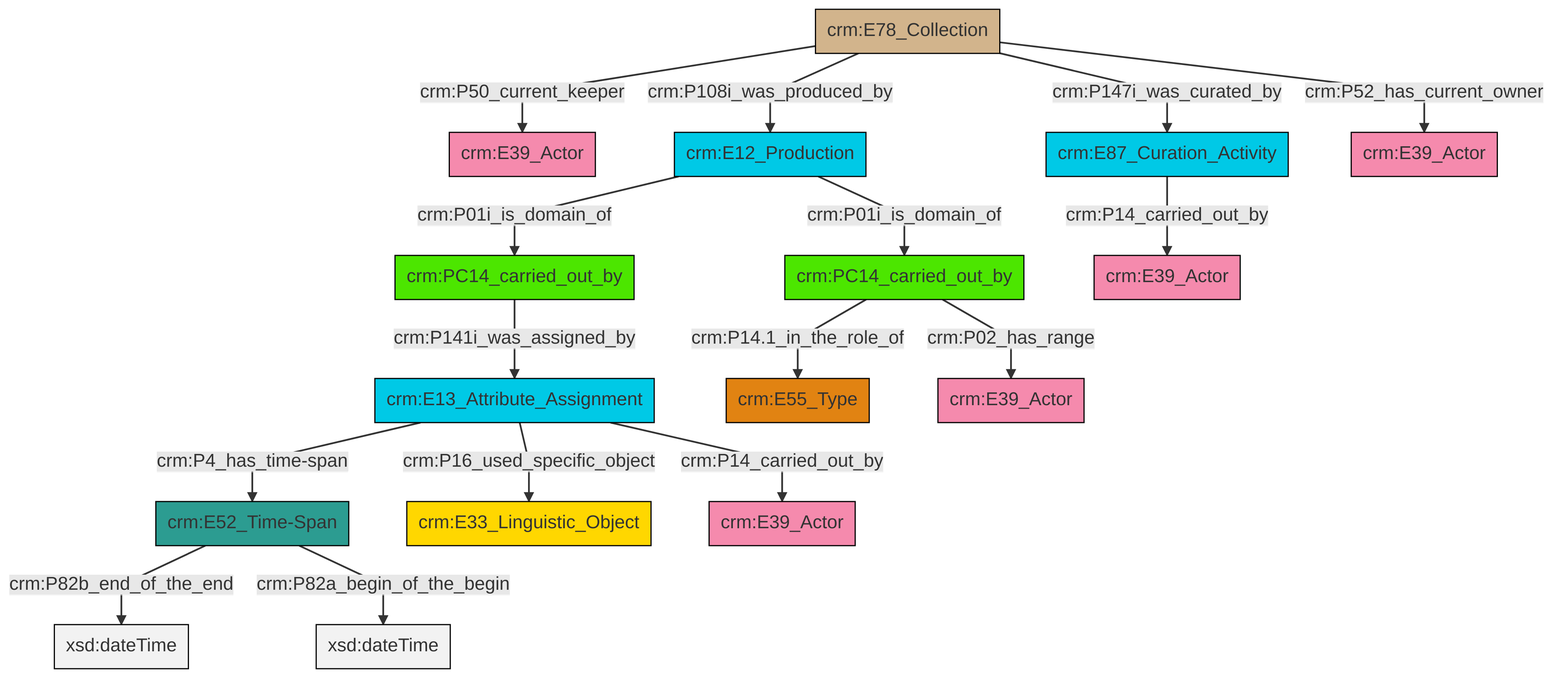
Before: et/archivalCSV/ttl/mmd/png/archival_relation.png, a diagram exported from Mermaid (swiss-art-research-net/docs.swissartresearch). Its source is kept beside it as et/archivalCSV/ttl/mmd/archival_relation.ttl.mmd.
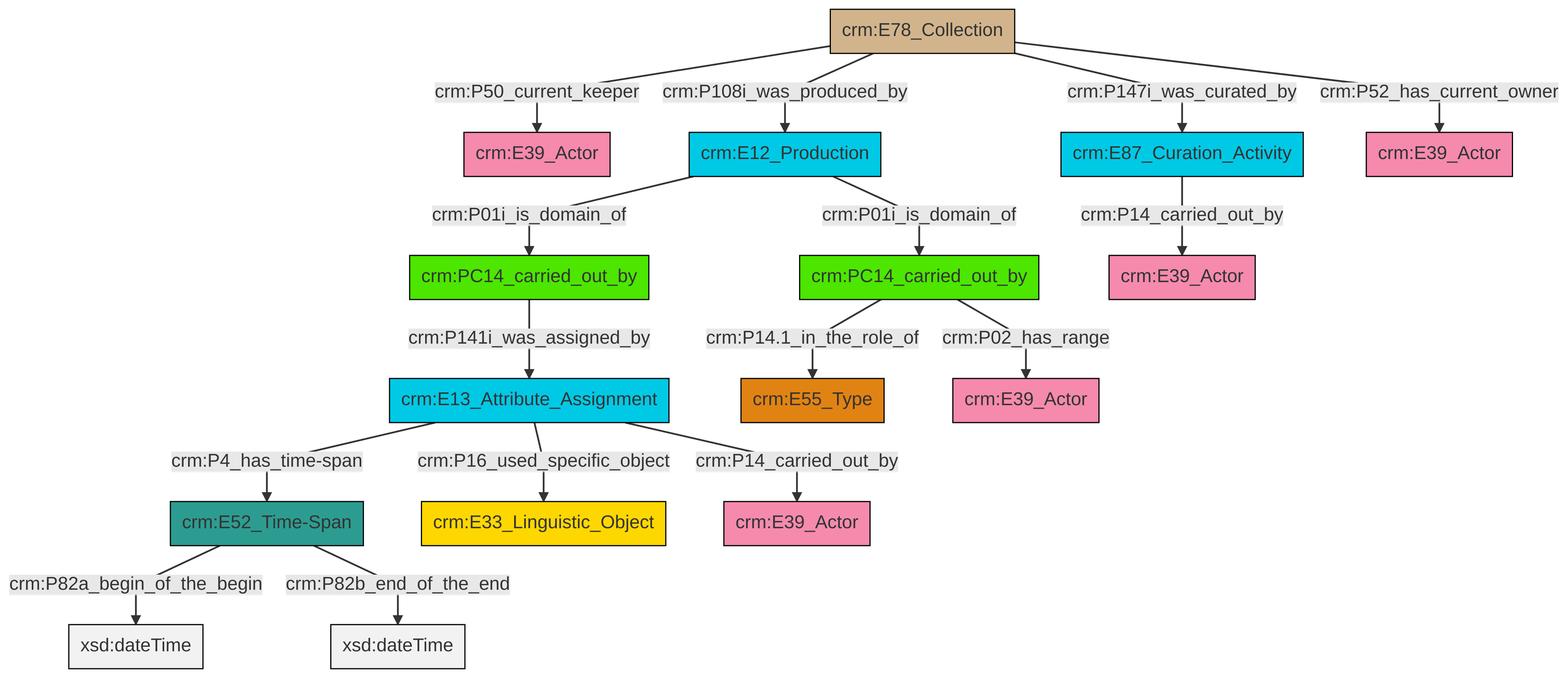
After the commit.

What changed in the source:
```diff
@@ -13,18 +13,18 @@
 classDef PC_Classes fill:#4ce600, stroke:#000000;
 classDef Multi fill:#cccccc,stroke:#000000;
 
-0["crm:E13_Attribute_Assignment"]:::Temporal_Entity -->|crm:P4_has_time-span| 1["crm:E52_Time-Span"]:::Time-Span
-7["crm:PC14_carried_out_by"]:::PC_Classes -->|crm:P14.1_in_the_role_of| 8["crm:E55_Type"]:::Type
-0["crm:E13_Attribute_Assignment"]:::Temporal_Entity -->|crm:P16_used_specific_object| 3["crm:E33_Linguistic_Object"]:::Conceptual_Object
-10["crm:E87_Curation_Activity"]:::Temporal_Entity -->|crm:P14_carried_out_by| 11["crm:E39_Actor"]:::Actor
-12["crm:E78_Collection"]:::Physical_Thing -->|crm:P50_current_keeper| 13["crm:E39_Actor"]:::Actor
-1["crm:E52_Time-Span"]:::Time-Span -->|crm:P82b_end_of_the_end| 14[xsd:dateTime]:::Literal
-0["crm:E13_Attribute_Assignment"]:::Temporal_Entity -->|crm:P14_carried_out_by| 17["crm:E39_Actor"]:::Actor
-12["crm:E78_Collection"]:::Physical_Thing -->|crm:P108i_was_produced_by| 5["crm:E12_Production"]:::Temporal_Entity
-1["crm:E52_Time-Span"]:::Time-Span -->|crm:P82a_begin_of_the_begin| 18[xsd:dateTime]:::Literal
-19["crm:PC14_carried_out_by"]:::PC_Classes -->|crm:P141i_was_assigned_by| 0["crm:E13_Attribute_Assignment"]:::Temporal_Entity
-12["crm:E78_Collection"]:::Physical_Thing -->|crm:P147i_was_curated_by| 10["crm:E87_Curation_Activity"]:::Temporal_Entity
-5["crm:E12_Production"]:::Temporal_Entity -->|crm:P01i_is_domain_of| 19["crm:PC14_carried_out_by"]:::PC_Classes
-12["crm:E78_Collection"]:::Physical_Thing -->|crm:P52_has_current_owner| 25["crm:E39_Actor"]:::Actor
-7["crm:PC14_carried_out_by"]:::PC_Classes -->|crm:P02_has_range| 15["crm:E39_Actor"]:::Actor
-5["crm:E12_Production"]:::Temporal_Entity -->|crm:P01i_is_domain_of| 7["crm:PC14_carried_out_by"]:::PC_Classes
+2["crm:E13_Attribute_Assignment"]:::Temporal_Entity -->|crm:P16_used_specific_object| 3["crm:E33_Linguistic_Object"]:::Conceptual_Object
+6["crm:E78_Collection"]:::Physical_Thing -->|crm:P50_current_keeper| 7["crm:E39_Actor"]:::Actor
+0["crm:E52_Time-Span"]:::Time-Span -->|crm:P82a_begin_of_the_begin| 8[xsd:dateTime]:::Literal
+0["crm:E52_Time-Span"]:::Time-Span -->|crm:P82b_end_of_the_end| 9[xsd:dateTime]:::Literal
+11["crm:E12_Production"]:::Temporal_Entity -->|crm:P01i_is_domain_of| 12["crm:PC14_carried_out_by"]:::PC_Classes
+4["crm:PC14_carried_out_by"]:::PC_Classes -->|crm:P14.1_in_the_role_of| 14["crm:E55_Type"]:::Type
+4["crm:PC14_carried_out_by"]:::PC_Classes -->|crm:P02_has_range| 18["crm:E39_Actor"]:::Actor
+11["crm:E12_Production"]:::Temporal_Entity -->|crm:P01i_is_domain_of| 4["crm:PC14_carried_out_by"]:::PC_Classes
+6["crm:E78_Collection"]:::Physical_Thing -->|crm:P147i_was_curated_by| 16["crm:E87_Curation_Activity"]:::Temporal_Entity
+2["crm:E13_Attribute_Assignment"]:::Temporal_Entity -->|crm:P14_carried_out_by| 26["crm:E39_Actor"]:::Actor
+12["crm:PC14_carried_out_by"]:::PC_Classes -->|crm:P141i_was_assigned_by| 2["crm:E13_Attribute_Assignment"]:::Temporal_Entity
+6["crm:E78_Collection"]:::Physical_Thing -->|crm:P108i_was_produced_by| 11["crm:E12_Production"]:::Temporal_Entity
+2["crm:E13_Attribute_Assignment"]:::Temporal_Entity -->|crm:P4_has_time-span| 0["crm:E52_Time-Span"]:::Time-Span
+16["crm:E87_Curation_Activity"]:::Temporal_Entity -->|crm:P14_carried_out_by| 23["crm:E39_Actor"]:::Actor
+6["crm:E78_Collection"]:::Physical_Thing -->|crm:P52_has_current_owner| 19["crm:E39_Actor"]:::Actor
```
